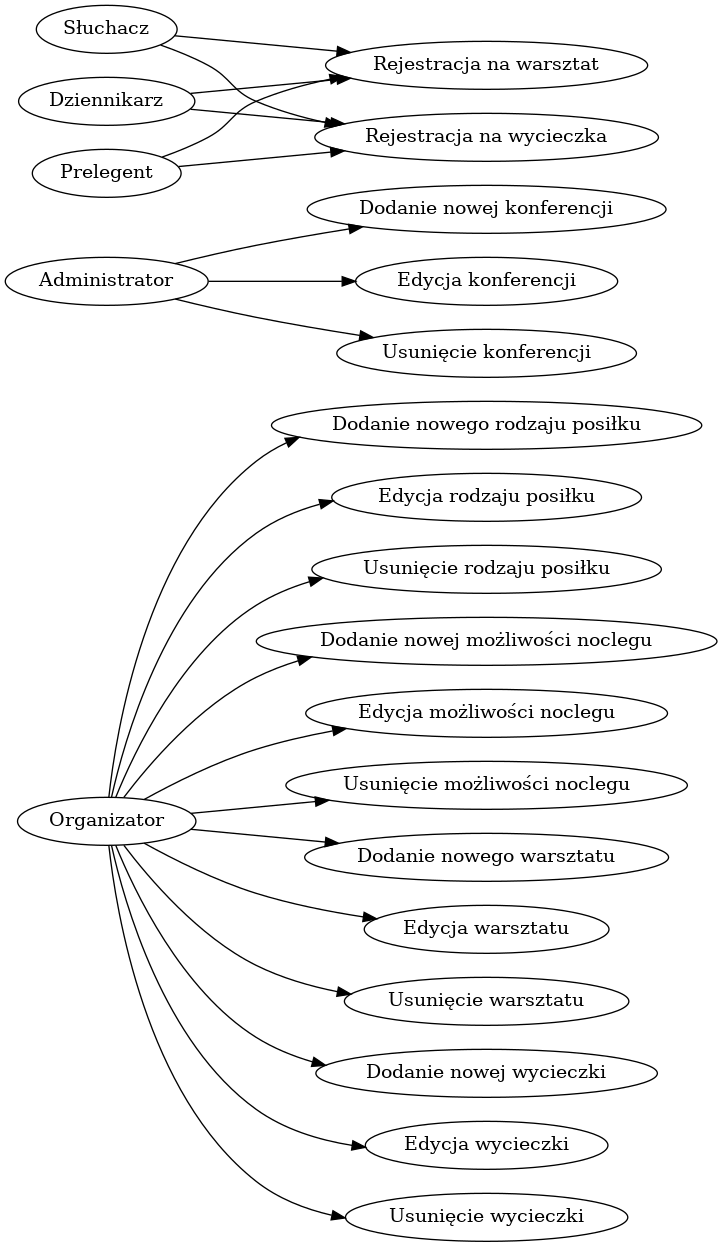
The Graphviz diagram przypadki.png in zyla/iop_konferencja, before a commit. Its source is kept beside it as przypadki.dot.
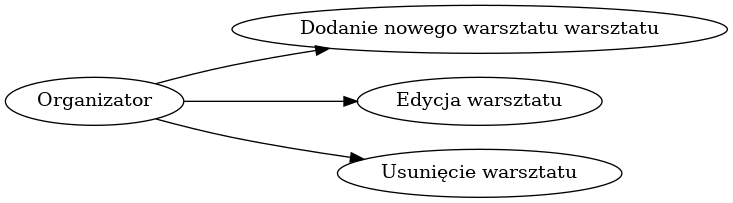
After the commit.

What changed in the source:
```diff
@@ -1,22 +1,4 @@
-digraph { rankdir=LR; "Organizator" -> "Dodanie nowego rodzaju posiłku"
-"Organizator" -> "Edycja rodzaju posiłku"
-"Organizator" -> "Usunięcie rodzaju posiłku"
-"Organizator" -> "Dodanie nowej możliwości noclegu"
-"Organizator" -> "Edycja możliwości noclegu"
-"Organizator" -> "Usunięcie możliwości noclegu"
-"Organizator" -> "Dodanie nowego warsztatu"
+digraph { rankdir=LR; "Organizator" -> "Dodanie nowego warsztatu warsztatu"
 "Organizator" -> "Edycja warsztatu"
 "Organizator" -> "Usunięcie warsztatu"
-"Organizator" -> "Dodanie nowej wycieczki"
-"Organizator" -> "Edycja wycieczki"
-"Organizator" -> "Usunięcie wycieczki"
-"Administrator" -> "Dodanie nowej konferencji"
-"Administrator" -> "Edycja konferencji"
-"Administrator" -> "Usunięcie konferencji"
-"Słuchacz" -> "Rejestracja na warsztat"
-"Dziennikarz" -> "Rejestracja na warsztat"
-"Prelegent" -> "Rejestracja na warsztat"
-"Słuchacz" -> "Rejestracja na wycieczka"
-"Dziennikarz" -> "Rejestracja na wycieczka"
-"Prelegent" -> "Rejestracja na wycieczka"
  }
```
